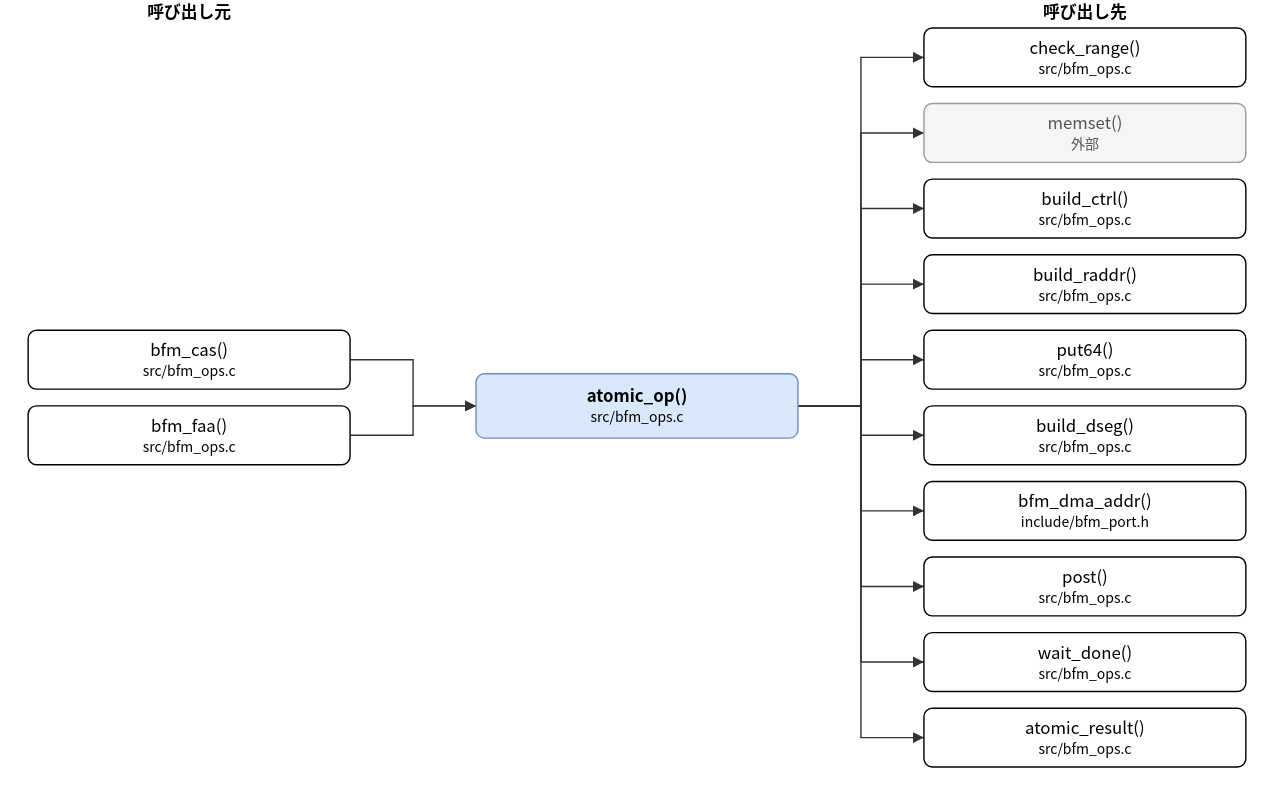
Above: doc/spec/images/call_src_bfm_ops-atomic_op.drawio.svg in hf355051012-ai/bfmem (draw.io), before the change. Source tidied: cells renumbered, new cells last; positions are measured from the earlier drawing's top-left corner, leaving out a move shared by most shapes.
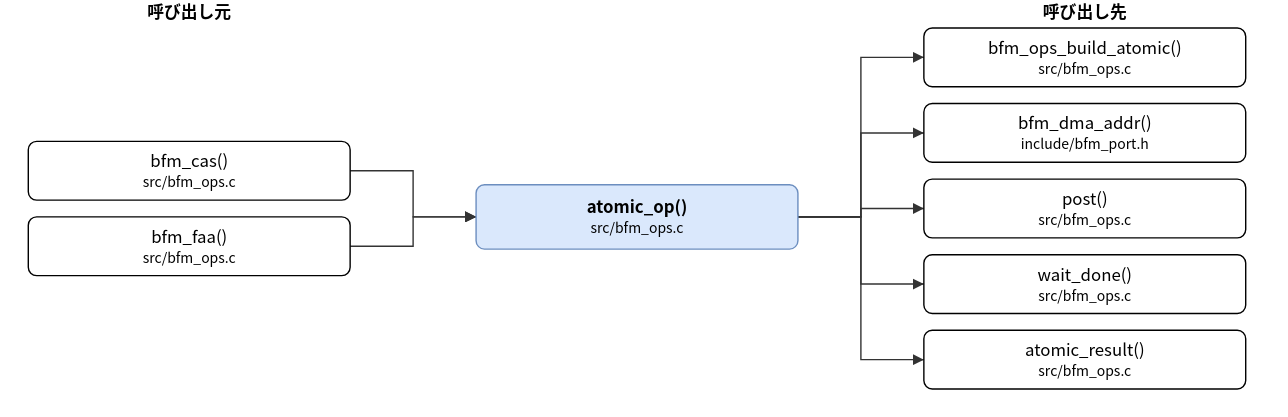
Later version of the same file.

What changed in the source:
```diff
@@ -3,64 +3,49 @@
     <mxCell id="0" />
     <mxCell id="1" parent="0" />
     <mxCell id="2" value="atomic_op()&lt;br&gt;&lt;font style=&quot;font-size:10px&quot;&gt;src/bfm_ops.c&lt;/font&gt;" style="rounded=1;whiteSpace=wrap;html=1;fillColor=#dae8fc;strokeColor=#6c8ebf;fontStyle=1;" parent="1" vertex="1">
-      <mxGeometry x="320" y="267" width="230" height="46" as="geometry" />
+      <mxGeometry x="320" y="132" width="230" height="46" as="geometry" />
     </mxCell>
     <mxCell id="3" value="bfm_cas()&lt;br&gt;&lt;font style=&quot;font-size:10px&quot;&gt;src/bfm_ops.c&lt;/font&gt;" style="rounded=1;whiteSpace=wrap;html=1;" parent="1" vertex="1">
-      <mxGeometry y="236" width="230" height="42" as="geometry" />
+      <mxGeometry y="101" width="230" height="42" as="geometry" />
     </mxCell>
     <mxCell id="4" value="bfm_faa()&lt;br&gt;&lt;font style=&quot;font-size:10px&quot;&gt;src/bfm_ops.c&lt;/font&gt;" style="rounded=1;whiteSpace=wrap;html=1;" parent="1" vertex="1">
-      <mxGeometry y="290" width="230" height="42" as="geometry" />
+      <mxGeometry y="155" width="230" height="42" as="geometry" />
     </mxCell>
-    <mxCell id="5" value="check_range()&lt;br&gt;&lt;font style=&quot;font-size:10px&quot;&gt;src/bfm_ops.c&lt;/font&gt;" style="rounded=1;whiteSpace=wrap;html=1;" parent="1" vertex="1">
+    <mxCell id="5" value="bfm_ops_build_atomic()&lt;br&gt;&lt;font style=&quot;font-size:10px&quot;&gt;src/bfm_ops.c&lt;/font&gt;" style="rounded=1;whiteSpace=wrap;html=1;" parent="1" vertex="1">
       <mxGeometry x="640" y="20" width="230" height="42" as="geometry" />
     </mxCell>
-    <mxCell id="6" value="memset()&lt;br&gt;&lt;font style=&quot;font-size:10px&quot;&gt;外部&lt;/font&gt;" style="rounded=1;whiteSpace=wrap;html=1;fillColor=#f5f5f5;strokeColor=#999999;fontColor=#555555;" parent="1" vertex="1">
+    <mxCell id="6" value="bfm_dma_addr()&lt;br&gt;&lt;font style=&quot;font-size:10px&quot;&gt;include/bfm_port.h&lt;/font&gt;" style="rounded=1;whiteSpace=wrap;html=1;" parent="1" vertex="1">
       <mxGeometry x="640" y="74" width="230" height="42" as="geometry" />
     </mxCell>
-    <mxCell id="7" value="build_ctrl()&lt;br&gt;&lt;font style=&quot;font-size:10px&quot;&gt;src/bfm_ops.c&lt;/font&gt;" style="rounded=1;whiteSpace=wrap;html=1;" parent="1" vertex="1">
+    <mxCell id="7" value="post()&lt;br&gt;&lt;font style=&quot;font-size:10px&quot;&gt;src/bfm_ops.c&lt;/font&gt;" style="rounded=1;whiteSpace=wrap;html=1;" parent="1" vertex="1">
       <mxGeometry x="640" y="128" width="230" height="42" as="geometry" />
     </mxCell>
-    <mxCell id="8" value="build_raddr()&lt;br&gt;&lt;font style=&quot;font-size:10px&quot;&gt;src/bfm_ops.c&lt;/font&gt;" style="rounded=1;whiteSpace=wrap;html=1;" parent="1" vertex="1">
+    <mxCell id="8" value="wait_done()&lt;br&gt;&lt;font style=&quot;font-size:10px&quot;&gt;src/bfm_ops.c&lt;/font&gt;" style="rounded=1;whiteSpace=wrap;html=1;" parent="1" vertex="1">
       <mxGeometry x="640" y="182" width="230" height="42" as="geometry" />
     </mxCell>
-    <mxCell id="9" value="put64()&lt;br&gt;&lt;font style=&quot;font-size:10px&quot;&gt;src/bfm_ops.c&lt;/font&gt;" style="rounded=1;whiteSpace=wrap;html=1;" parent="1" vertex="1">
+    <mxCell id="9" value="atomic_result()&lt;br&gt;&lt;font style=&quot;font-size:10px&quot;&gt;src/bfm_ops.c&lt;/font&gt;" style="rounded=1;whiteSpace=wrap;html=1;" parent="1" vertex="1">
       <mxGeometry x="640" y="236" width="230" height="42" as="geometry" />
     </mxCell>
-    <mxCell id="10" value="build_dseg()&lt;br&gt;&lt;font style=&quot;font-size:10px&quot;&gt;src/bfm_ops.c&lt;/font&gt;" style="rounded=1;whiteSpace=wrap;html=1;" parent="1" vertex="1">
-      <mxGeometry x="640" y="290" width="230" height="42" as="geometry" />
-    </mxCell>
-    <mxCell id="11" value="bfm_dma_addr()&lt;br&gt;&lt;font style=&quot;font-size:10px&quot;&gt;include/bfm_port.h&lt;/font&gt;" style="rounded=1;whiteSpace=wrap;html=1;" parent="1" vertex="1">
-      <mxGeometry x="640" y="344" width="230" height="42" as="geometry" />
-    </mxCell>
-    <mxCell id="12" value="post()&lt;br&gt;&lt;font style=&quot;font-size:10px&quot;&gt;src/bfm_ops.c&lt;/font&gt;" style="rounded=1;whiteSpace=wrap;html=1;" parent="1" vertex="1">
-      <mxGeometry x="640" y="398" width="230" height="42" as="geometry" />
-    </mxCell>
-    <mxCell id="13" value="wait_done()&lt;br&gt;&lt;font style=&quot;font-size:10px&quot;&gt;src/bfm_ops.c&lt;/font&gt;" style="rounded=1;whiteSpace=wrap;html=1;" parent="1" vertex="1">
-      <mxGeometry x="640" y="452" width="230" height="42" as="geometry" />
-    </mxCell>
-    <mxCell id="14" value="atomic_result()&lt;br&gt;&lt;font style=&quot;font-size:10px&quot;&gt;src/bfm_ops.c&lt;/font&gt;" style="rounded=1;whiteSpace=wrap;html=1;" parent="1" vertex="1">
-      <mxGeometry x="640" y="506" width="230" height="42" as="geometry" />
-    </mxCell>
     <mxCell id="15" style="edgeStyle=none;html=1;rounded=0;endArrow=block;endFill=1;exitX=1.0000;exitY=0.5000;exitDx=0;exitDy=0;exitPerimeter=0;entryX=0.0000;entryY=0.5000;entryDx=0;entryDy=0;entryPerimeter=0;" parent="1" edge="1" source="3" target="2">
       <mxGeometry relative="1" as="geometry">
         <Array as="points">
-          <mxPoint x="275" y="257" />
-          <mxPoint x="275" y="290" />
+          <mxPoint x="275" y="122" />
+          <mxPoint x="275" y="155" />
         </Array>
       </mxGeometry>
     </mxCell>
     <mxCell id="16" style="edgeStyle=none;html=1;rounded=0;endArrow=block;endFill=1;exitX=1.0000;exitY=0.5000;exitDx=0;exitDy=0;exitPerimeter=0;entryX=0.0000;entryY=0.5000;entryDx=0;entryDy=0;entryPerimeter=0;" parent="1" edge="1" source="4" target="2">
       <mxGeometry relative="1" as="geometry">
         <Array as="points">
-          <mxPoint x="275" y="311" />
-          <mxPoint x="275" y="290" />
+          <mxPoint x="275" y="176" />
+          <mxPoint x="275" y="155" />
         </Array>
       </mxGeometry>
     </mxCell>
     <mxCell id="17" style="edgeStyle=none;html=1;rounded=0;endArrow=block;endFill=1;exitX=1.0000;exitY=0.5000;exitDx=0;exitDy=0;exitPerimeter=0;entryX=0.0000;entryY=0.5000;entryDx=0;entryDy=0;entryPerimeter=0;" parent="1" edge="1" source="2" target="5">
       <mxGeometry relative="1" as="geometry">
         <Array as="points">
-          <mxPoint x="595" y="290" />
+          <mxPoint x="595" y="155" />
           <mxPoint x="595" y="41" />
         </Array>
       </mxGeometry>
@@ -68,7 +53,7 @@
     <mxCell id="18" style="edgeStyle=none;html=1;rounded=0;endArrow=block;endFill=1;exitX=1.0000;exitY=0.5000;exitDx=0;exitDy=0;exitPerimeter=0;entryX=0.0000;entryY=0.5000;entryDx=0;entryDy=0;entryPerimeter=0;" parent="1" edge="1" source="2" target="6">
       <mxGeometry relative="1" as="geometry">
         <Array as="points">
-          <mxPoint x="595" y="290" />
+          <mxPoint x="595" y="155" />
           <mxPoint x="595" y="95" />
         </Array>
       </mxGeometry>
@@ -76,7 +61,7 @@
     <mxCell id="19" style="edgeStyle=none;html=1;rounded=0;endArrow=block;endFill=1;exitX=1.0000;exitY=0.5000;exitDx=0;exitDy=0;exitPerimeter=0;entryX=0.0000;entryY=0.5000;entryDx=0;entryDy=0;entryPerimeter=0;" parent="1" edge="1" source="2" target="7">
       <mxGeometry relative="1" as="geometry">
         <Array as="points">
-          <mxPoint x="595" y="290" />
+          <mxPoint x="595" y="155" />
           <mxPoint x="595" y="149" />
         </Array>
       </mxGeometry>
@@ -84,7 +69,7 @@
     <mxCell id="20" style="edgeStyle=none;html=1;rounded=0;endArrow=block;endFill=1;exitX=1.0000;exitY=0.5000;exitDx=0;exitDy=0;exitPerimeter=0;entryX=0.0000;entryY=0.5000;entryDx=0;entryDy=0;entryPerimeter=0;" parent="1" edge="1" source="2" target="8">
       <mxGeometry relative="1" as="geometry">
         <Array as="points">
-          <mxPoint x="595" y="290" />
+          <mxPoint x="595" y="155" />
           <mxPoint x="595" y="203" />
         </Array>
       </mxGeometry>
@@ -92,51 +77,11 @@
     <mxCell id="21" style="edgeStyle=none;html=1;rounded=0;endArrow=block;endFill=1;exitX=1.0000;exitY=0.5000;exitDx=0;exitDy=0;exitPerimeter=0;entryX=0.0000;entryY=0.5000;entryDx=0;entryDy=0;entryPerimeter=0;" parent="1" edge="1" source="2" target="9">
       <mxGeometry relative="1" as="geometry">
         <Array as="points">
-          <mxPoint x="595" y="290" />
+          <mxPoint x="595" y="155" />
           <mxPoint x="595" y="257" />
         </Array>
       </mxGeometry>
     </mxCell>
-    <mxCell id="22" style="edgeStyle=none;html=1;rounded=0;endArrow=block;endFill=1;exitX=1.0000;exitY=0.5000;exitDx=0;exitDy=0;exitPerimeter=0;entryX=0.0000;entryY=0.5000;entryDx=0;entryDy=0;entryPerimeter=0;" parent="1" edge="1" source="2" target="10">
-      <mxGeometry relative="1" as="geometry">
-        <Array as="points">
-          <mxPoint x="595" y="290" />
-          <mxPoint x="595" y="311" />
-        </Array>
-      </mxGeometry>
-    </mxCell>
-    <mxCell id="23" style="edgeStyle=none;html=1;rounded=0;endArrow=block;endFill=1;exitX=1.0000;exitY=0.5000;exitDx=0;exitDy=0;exitPerimeter=0;entryX=0.0000;entryY=0.5000;entryDx=0;entryDy=0;entryPerimeter=0;" parent="1" edge="1" source="2" target="11">
-      <mxGeometry relative="1" as="geometry">
-        <Array as="points">
-          <mxPoint x="595" y="290" />
-          <mxPoint x="595" y="365" />
-        </Array>
-      </mxGeometry>
-    </mxCell>
-    <mxCell id="24" style="edgeStyle=none;html=1;rounded=0;endArrow=block;endFill=1;exitX=1.0000;exitY=0.5000;exitDx=0;exitDy=0;exitPerimeter=0;entryX=0.0000;entryY=0.5000;entryDx=0;entryDy=0;entryPerimeter=0;" parent="1" edge="1" source="2" target="12">
-      <mxGeometry relative="1" as="geometry">
-        <Array as="points">
-          <mxPoint x="595" y="290" />
-          <mxPoint x="595" y="419" />
-        </Array>
-      </mxGeometry>
-    </mxCell>
-    <mxCell id="25" style="edgeStyle=none;html=1;rounded=0;endArrow=block;endFill=1;exitX=1.0000;exitY=0.5000;exitDx=0;exitDy=0;exitPerimeter=0;entryX=0.0000;entryY=0.5000;entryDx=0;entryDy=0;entryPerimeter=0;" parent="1" edge="1" source="2" target="13">
-      <mxGeometry relative="1" as="geometry">
-        <Array as="points">
-          <mxPoint x="595" y="290" />
-          <mxPoint x="595" y="473" />
-        </Array>
-      </mxGeometry>
-    </mxCell>
-    <mxCell id="26" style="edgeStyle=none;html=1;rounded=0;endArrow=block;endFill=1;exitX=1.0000;exitY=0.5000;exitDx=0;exitDy=0;exitPerimeter=0;entryX=0.0000;entryY=0.5000;entryDx=0;entryDy=0;entryPerimeter=0;" parent="1" edge="1" source="2" target="14">
-      <mxGeometry relative="1" as="geometry">
-        <Array as="points">
-          <mxPoint x="595" y="290" />
-          <mxPoint x="595" y="527" />
-        </Array>
-      </mxGeometry>
-    </mxCell>
     <mxCell id="27" value="呼び出し元" style="text;html=1;align=center;fontStyle=1;" parent="1" vertex="1">
       <mxGeometry x="35" width="160" height="18" as="geometry" />
     </mxCell>
```
